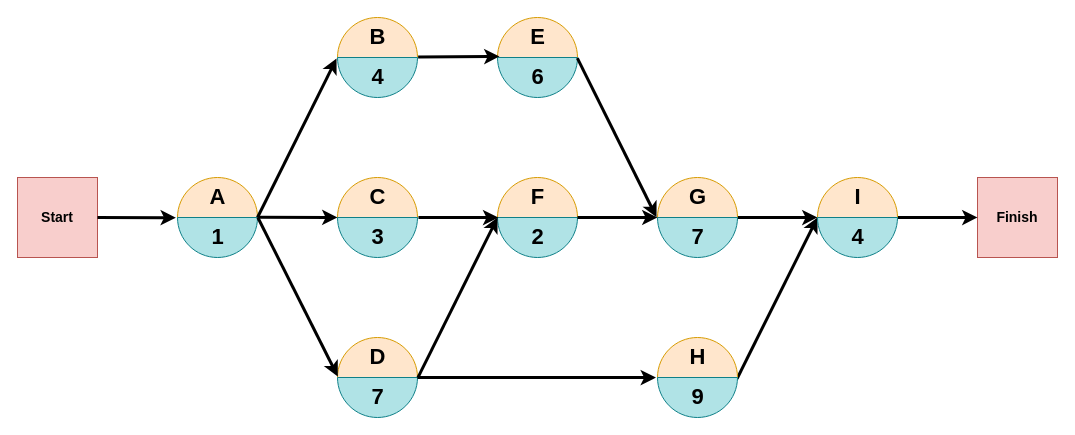
Earlier version of the draw.io diagram Question 6.drawio (melmirasol/Case-Problem-6.2). Source tidied: cells renumbered, new cells numbered last; positions are measured from the earlier drawing's top-left corner, leaving out a move shared by most shapes. Both pictures are drawn from the tidied source at 100%, with x=0, y=0 at pixel (17, 17).
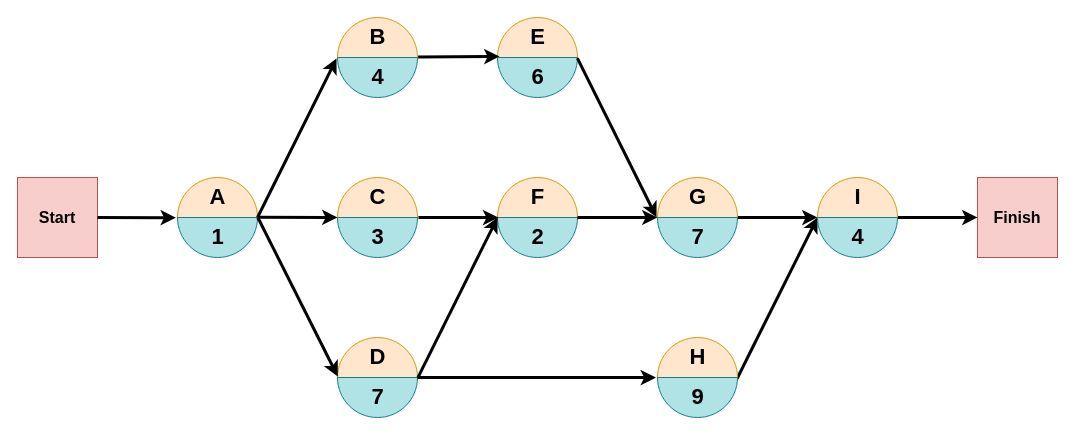
Above is the later version.

Change to the diagram source:
```diff
@@
-    <mxCell id="24" value="Start" style="whiteSpace=wrap;html=1;fontSize=14;fontStyle=1;fillColor=#f8cecc;strokeColor=#b85450;" parent="1" vertex="1">
+    <mxCell id="24" value="Start" style="whiteSpace=wrap;html=1;fontSize=16;fontStyle=1;fillColor=#f8cecc;strokeColor=#b85450;" parent="1" vertex="1">
       <mxGeometry y="160" width="80" height="80" as="geometry" />
     </mxCell>
-    <mxCell id="25" value="Finish" style="whiteSpace=wrap;html=1;fontSize=14;fontStyle=1;fillColor=#f8cecc;strokeColor=#b85450;" parent="1" vertex="1">
+    <mxCell id="25" value="Finish" style="whiteSpace=wrap;html=1;fontSize=16;fontStyle=1;fillColor=#f8cecc;strokeColor=#b85450;" parent="1" vertex="1">
       <mxGeometry x="960" y="160" width="80" height="80" as="geometry" />
     </mxCell>
```
